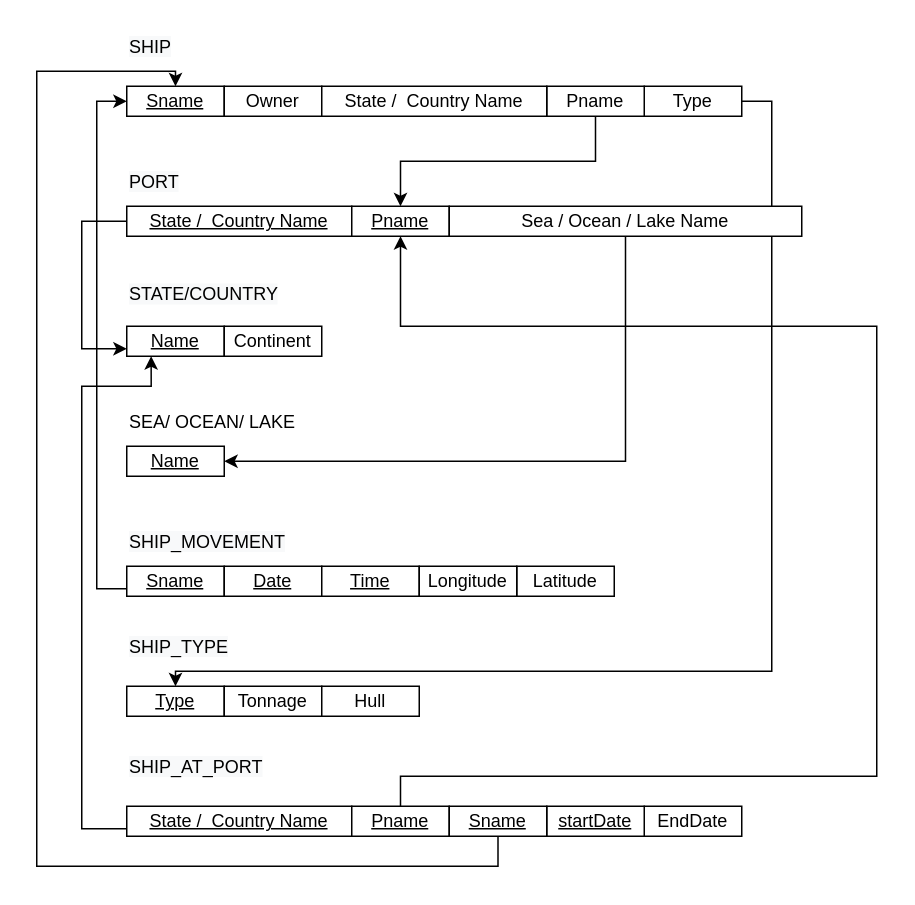
shivamdesai04/ENSF300 keeps this draw.io diagram as assignment3/Question1.drawio. Above is the earlier version. Source tidied: cells renumbered, new cells numbered last; positions are measured from the earlier drawing's top-left corner, leaving out a move shared by most shapes. Both pictures are drawn from the tidied source at 150%, with x=0, y=0 at pixel (36, 26).
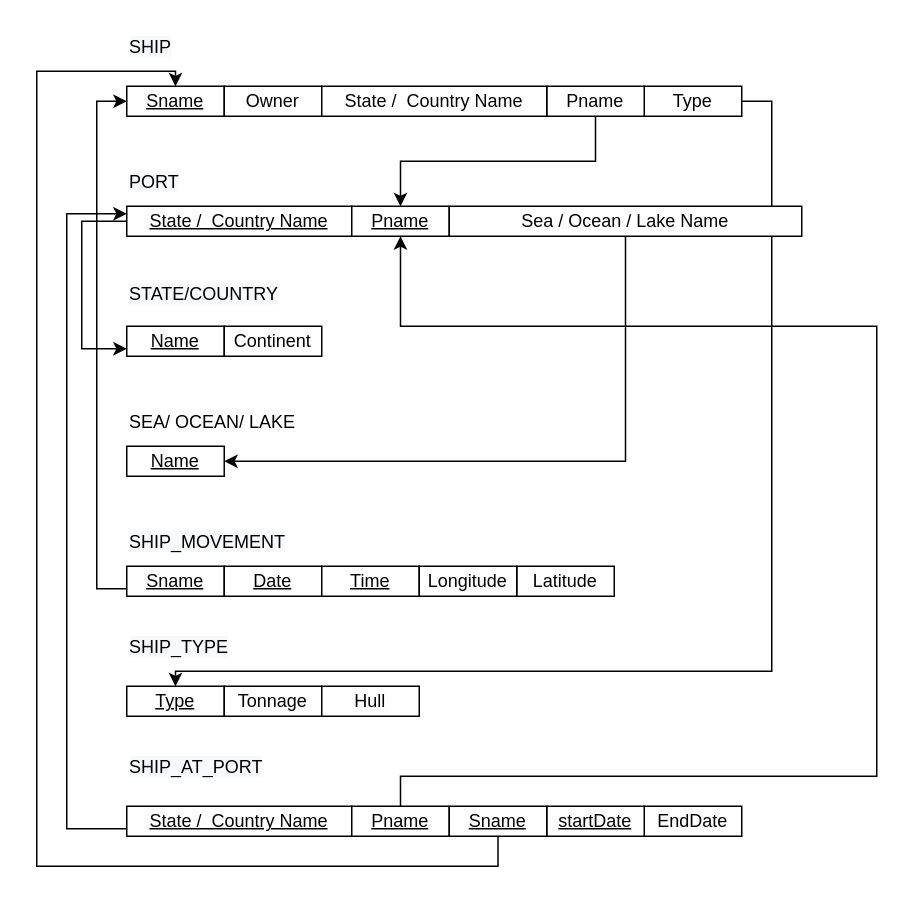
Above is the later version.

Unchanged cells that the change refers to:
```xml
<mxCell id="9" value="&lt;u&gt;Name&lt;/u&gt;" style="rounded=0;whiteSpace=wrap;html=1;" parent="1" vertex="1">
  <mxGeometry x="60" y="200" width="65" height="20" as="geometry" />
</mxCell>
<mxCell id="23" value="&lt;u&gt;State / &amp;nbsp;Country Name&lt;/u&gt;" style="rounded=0;whiteSpace=wrap;html=1;" parent="1" vertex="1">
  <mxGeometry x="60" y="120" width="150" height="20" as="geometry" />
</mxCell>
<mxCell id="29" value="&lt;u&gt;State / &amp;nbsp;Country Name&lt;/u&gt;" style="rounded=0;whiteSpace=wrap;html=1;" parent="1" vertex="1">
  <mxGeometry x="60" y="520" width="150" height="20" as="geometry" />
</mxCell>
```

The edit, as a diff of the source:
```diff
@@
-    <mxCell id="28" style="edgeStyle=orthogonalEdgeStyle;rounded=0;jettySize=auto;html=1;exitX=0;exitY=0.75;exitDx=0;exitDy=0;entryX=0.25;entryY=1;entryDx=0;entryDy=0;" parent="1" edge="1" source="29" target="9">
+    <mxCell id="28" style="edgeStyle=orthogonalEdgeStyle;rounded=0;jettySize=auto;html=1;exitX=0;exitY=0.75;exitDx=0;exitDy=0;entryX=0;entryY=0.25;entryDx=0;entryDy=0;" parent="1" edge="1" source="29" target="23">
       <mxGeometry relative="1" as="geometry">
         <Array as="points">
-          <mxPoint x="30" y="535" />
-          <mxPoint x="30" y="240" />
-          <mxPoint x="76" y="240" />
+          <mxPoint x="20" y="535" />
+          <mxPoint x="20" y="125" />
         </Array>
       </mxGeometry>
     </mxCell>
```
